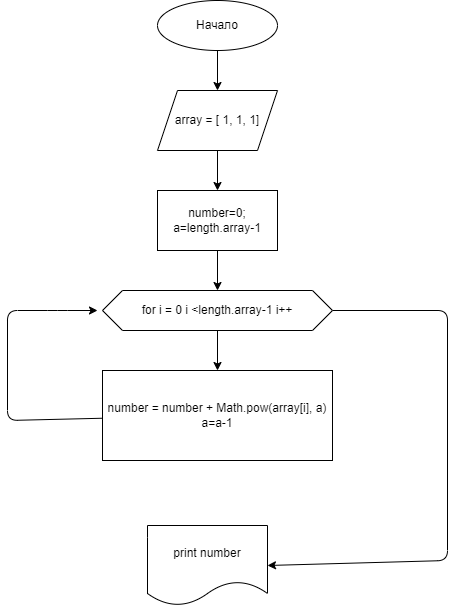
Before: Example_001/diagram.drawio.png, a diagram exported from draw.io (GnezdilovaVO/Seminar_3.4). Source tidied: cells renumbered, new cells last; positions are measured from the earlier drawing's top-left corner, leaving out a move shared by most shapes. The source it was exported from:
```xml
<mxGraphModel>
  <root>
    <mxCell id="0" />
    <mxCell id="1" parent="0" />
    <mxCell id="2" style="edgeStyle=none;html=1;" parent="1" edge="1" source="3" target="5">
      <mxGeometry relative="1" as="geometry" />
    </mxCell>
    <mxCell id="3" value="Начало" style="ellipse;whiteSpace=wrap;html=1;" parent="1" vertex="1">
      <mxGeometry x="150" width="120" height="50" as="geometry" />
    </mxCell>
    <mxCell id="4" style="edgeStyle=none;html=1;" parent="1" edge="1" source="5" target="7">
      <mxGeometry relative="1" as="geometry" />
    </mxCell>
    <mxCell id="5" value="array = [ 1, 1, 1]" style="shape=parallelogram;perimeter=parallelogramPerimeter;whiteSpace=wrap;html=1;fixedSize=1;" parent="1" vertex="1">
      <mxGeometry x="150" y="90" width="120" height="60" as="geometry" />
    </mxCell>
    <mxCell id="6" style="edgeStyle=none;html=1;" parent="1" edge="1" source="7" target="10">
      <mxGeometry relative="1" as="geometry" />
    </mxCell>
    <mxCell id="7" value="number=0;&lt;br&gt;a=length.array-1" style="rounded=0;whiteSpace=wrap;html=1;" parent="1" vertex="1">
      <mxGeometry x="150" y="190" width="120" height="60" as="geometry" />
    </mxCell>
    <mxCell id="8" style="edgeStyle=none;html=1;" parent="1" edge="1" source="10" target="12">
      <mxGeometry relative="1" as="geometry" />
    </mxCell>
    <mxCell id="9" style="edgeStyle=none;html=1;entryX=1;entryY=0.5;entryDx=0;entryDy=0;" parent="1" edge="1" source="10" target="13">
      <mxGeometry relative="1" as="geometry">
        <Array as="points">
          <mxPoint x="440" y="310" />
          <mxPoint x="440" y="560" />
        </Array>
      </mxGeometry>
    </mxCell>
    <mxCell id="10" value="for i = 0 i &amp;lt;length.array-1 i++" style="shape=hexagon;perimeter=hexagonPerimeter2;whiteSpace=wrap;html=1;fixedSize=1;" parent="1" vertex="1">
      <mxGeometry x="95" y="290" width="230" height="40" as="geometry" />
    </mxCell>
    <mxCell id="11" style="edgeStyle=none;html=1;" parent="1" edge="1" source="12">
      <mxGeometry relative="1" as="geometry">
        <mxPoint x="90" y="310" as="targetPoint" />
        <Array as="points">
          <mxPoint y="420" />
          <mxPoint y="310" />
          <mxPoint x="50" y="310" />
        </Array>
      </mxGeometry>
    </mxCell>
    <mxCell id="12" value="number = number + Math.pow(array[i], a)&lt;br&gt;a=a-1" style="rounded=0;whiteSpace=wrap;html=1;" parent="1" vertex="1">
      <mxGeometry x="95" y="370" width="230" height="90" as="geometry" />
    </mxCell>
    <mxCell id="13" value="print number" style="shape=document;whiteSpace=wrap;html=1;boundedLbl=1;" parent="1" vertex="1">
      <mxGeometry x="140" y="525" width="120" height="80" as="geometry" />
    </mxCell>
  </root>
</mxGraphModel>
```
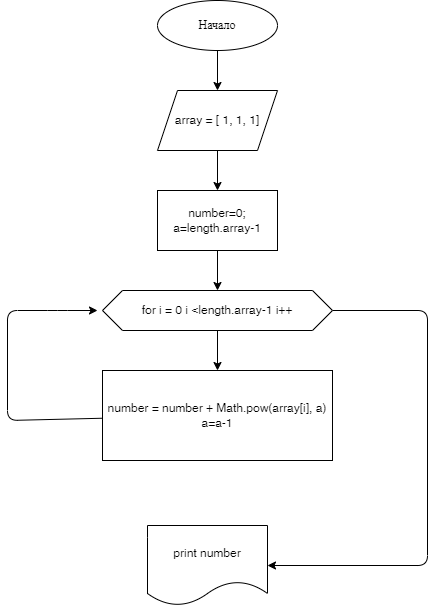
The same diagram one commit later.

Commit message:
Решили задачу со *

Diff of the diagram source:
```diff
@@ -23,11 +23,11 @@
     <mxCell id="8" style="edgeStyle=none;html=1;" parent="1" edge="1" source="10" target="12">
       <mxGeometry relative="1" as="geometry" />
     </mxCell>
-    <mxCell id="9" style="edgeStyle=none;html=1;entryX=1;entryY=0.5;entryDx=0;entryDy=0;" parent="1" edge="1" source="10" target="13">
+    <mxCell id="9" style="edgeStyle=orthogonalEdgeStyle;html=1;entryX=1;entryY=0.5;entryDx=0;entryDy=0;" parent="1" edge="1" source="10" target="13">
       <mxGeometry relative="1" as="geometry">
         <Array as="points">
-          <mxPoint x="440" y="310" />
-          <mxPoint x="440" y="560" />
+          <mxPoint x="420" y="310" />
+          <mxPoint x="420" y="565" />
         </Array>
       </mxGeometry>
     </mxCell>
```
